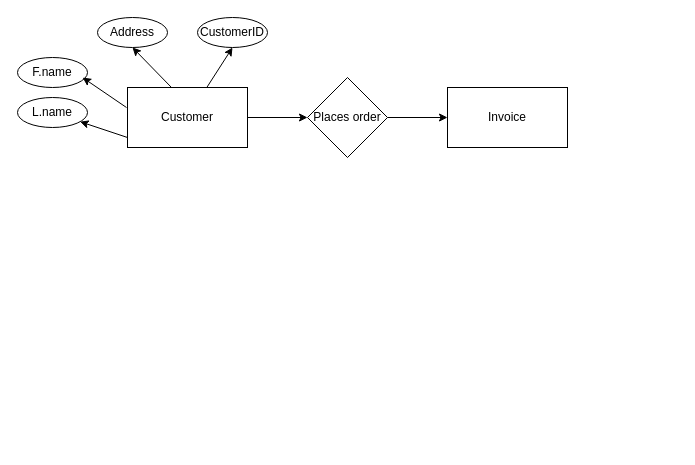
Before: Untitled Diagram.drawio in yeoleshweta/yeoleshweta, a draw.io diagram. Source tidied: cells renumbered, new cells numbered last; positions are measured from the earlier drawing's top-left corner, leaving out a move shared by most shapes. Both pictures are drawn from the tidied source at 100%, with x=0, y=0 at pixel (17, 17).
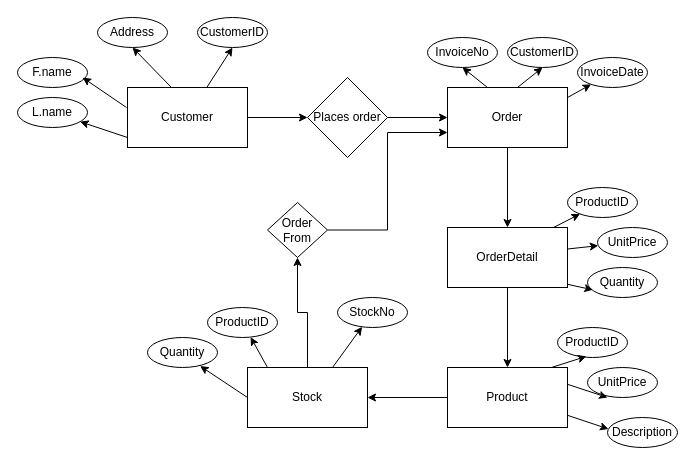
After the change.

The edit, as a diff of the source:
```diff
@@
+    <mxCell id="15" style="edgeStyle=orthogonalEdgeStyle;rounded=0;jettySize=auto;html=1;" parent="1" edge="1" source="4" target="23">
+      <mxGeometry relative="1" as="geometry" />
+    </mxCell>
-    <mxCell id="4" value="Invoice" style="rounded=0;whiteSpace=wrap;html=1;" parent="1" vertex="1">
+    <mxCell id="4" value="Order" style="rounded=0;whiteSpace=wrap;html=1;" parent="1" vertex="1">
       <mxGeometry x="430" y="70" width="120" height="60" as="geometry" />
     </mxCell>
@@
+    <mxCell id="16" value="CustomerID" style="ellipse;whiteSpace=wrap;html=1;" parent="1" vertex="1">
+      <mxGeometry x="490" y="20" width="70" height="30" as="geometry" />
+    </mxCell>
+    <mxCell id="17" value="InvoiceNo" style="ellipse;whiteSpace=wrap;html=1;" parent="1" vertex="1">
+      <mxGeometry x="410" y="20" width="70" height="30" as="geometry" />
+    </mxCell>
+    <mxCell id="18" value="InvoiceDate" style="ellipse;whiteSpace=wrap;html=1;" parent="1" vertex="1">
+      <mxGeometry x="560" y="40" width="70" height="30" as="geometry" />
+    </mxCell>
+    <mxCell id="19" style="endArrow=classic;html=1;rounded=0;entryX=0.5;entryY=1;entryDx=0;entryDy=0;" parent="1" edge="1" target="16">
+      <mxGeometry relative="1" as="geometry">
+        <mxPoint x="500" y="70" as="sourcePoint" />
+      </mxGeometry>
+    </mxCell>
+    <mxCell id="20" style="endArrow=classic;html=1;rounded=0;entryX=0.5;entryY=1;entryDx=0;entryDy=0;" parent="1" edge="1" target="17">
+      <mxGeometry relative="1" as="geometry">
+        <mxPoint x="470" y="70" as="sourcePoint" />
+      </mxGeometry>
+    </mxCell>
+    <mxCell id="21" style="endArrow=classic;html=1;rounded=0;" parent="1" edge="1" target="18">
+      <mxGeometry relative="1" as="geometry">
+        <mxPoint x="550" y="80" as="sourcePoint" />
+      </mxGeometry>
+    </mxCell>
+    <mxCell id="22" style="edgeStyle=orthogonalEdgeStyle;rounded=0;jettySize=auto;html=1;" parent="1" edge="1" source="23" target="31">
+      <mxGeometry relative="1" as="geometry" />
+    </mxCell>
+    <mxCell id="23" value="OrderDetail" style="rounded=0;whiteSpace=wrap;html=1;" parent="1" vertex="1">
+      <mxGeometry x="430" y="210" width="120" height="60" as="geometry" />
+    </mxCell>
+    <mxCell id="24" value="Quantity" style="ellipse;whiteSpace=wrap;html=1;" parent="1" vertex="1">
+      <mxGeometry x="570" y="250" width="70" height="30" as="geometry" />
+    </mxCell>
+    <mxCell id="25" value="ProductID" style="ellipse;whiteSpace=wrap;html=1;" parent="1" vertex="1">
+      <mxGeometry x="550" y="170" width="70" height="30" as="geometry" />
+    </mxCell>
+    <mxCell id="26" value="UnitPrice" style="ellipse;whiteSpace=wrap;html=1;" parent="1" vertex="1">
+      <mxGeometry x="580" y="210" width="70" height="30" as="geometry" />
+    </mxCell>
+    <mxCell id="27" style="endArrow=classic;html=1;rounded=0;" parent="1" edge="1" target="25">
+      <mxGeometry relative="1" as="geometry">
+        <mxPoint x="536" y="210" as="sourcePoint" />
+      </mxGeometry>
+    </mxCell>
+    <mxCell id="28" style="endArrow=classic;html=1;rounded=0;" parent="1" edge="1" target="26">
+      <mxGeometry relative="1" as="geometry">
+        <mxPoint x="550" y="231.5" as="sourcePoint" />
+      </mxGeometry>
+    </mxCell>
+    <mxCell id="29" style="endArrow=classic;html=1;rounded=0;entryX=0.077;entryY=0.744;entryDx=0;entryDy=0;entryPerimeter=0;" parent="1" edge="1" target="24">
+      <mxGeometry relative="1" as="geometry">
+        <mxPoint x="550" y="266.8" as="sourcePoint" />
+      </mxGeometry>
+    </mxCell>
+    <mxCell id="30" style="edgeStyle=orthogonalEdgeStyle;rounded=0;jettySize=auto;html=1;" parent="1" edge="1" source="31" target="39">
+      <mxGeometry relative="1" as="geometry" />
+    </mxCell>
+    <mxCell id="31" value="Product" style="rounded=0;whiteSpace=wrap;html=1;" parent="1" vertex="1">
+      <mxGeometry x="430" y="350" width="120" height="60" as="geometry" />
+    </mxCell>
+    <mxCell id="32" value="Description" style="ellipse;whiteSpace=wrap;html=1;" parent="1" vertex="1">
+      <mxGeometry x="590" y="400" width="70" height="30" as="geometry" />
+    </mxCell>
+    <mxCell id="33" value="ProductID" style="ellipse;whiteSpace=wrap;html=1;" parent="1" vertex="1">
+      <mxGeometry x="540" y="310" width="70" height="30" as="geometry" />
+    </mxCell>
+    <mxCell id="34" value="UnitPrice" style="ellipse;whiteSpace=wrap;html=1;" parent="1" vertex="1">
+      <mxGeometry x="570" y="350" width="70" height="30" as="geometry" />
+    </mxCell>
+    <mxCell id="35" style="endArrow=classic;html=1;rounded=0;entryX=0.412;entryY=0.962;entryDx=0;entryDy=0;entryPerimeter=0;" parent="1" edge="1" target="33">
+      <mxGeometry relative="1" as="geometry">
+        <mxPoint x="534" y="350" as="sourcePoint" />
+      </mxGeometry>
+    </mxCell>
+    <mxCell id="36" style="endArrow=classic;html=1;rounded=0;entryX=0.286;entryY=1;entryDx=0;entryDy=0;entryPerimeter=0;" parent="1" edge="1" target="34">
+      <mxGeometry relative="1" as="geometry">
+        <mxPoint x="550" y="366.8" as="sourcePoint" />
+      </mxGeometry>
+    </mxCell>
+    <mxCell id="37" style="endArrow=classic;html=1;rounded=0;entryX=0.014;entryY=0.383;entryDx=0;entryDy=0;entryPerimeter=0;" parent="1" edge="1" target="32">
+      <mxGeometry relative="1" as="geometry">
+        <mxPoint x="550" y="397.8" as="sourcePoint" />
+      </mxGeometry>
+    </mxCell>
+    <mxCell id="38" style="edgeStyle=orthogonalEdgeStyle;rounded=0;jettySize=auto;html=1;entryX=0.5;entryY=1;entryDx=0;entryDy=0;" parent="1" edge="1" source="39" target="47">
+      <mxGeometry relative="1" as="geometry" />
+    </mxCell>
+    <mxCell id="39" value="Stock" style="rounded=0;whiteSpace=wrap;html=1;" parent="1" vertex="1">
+      <mxGeometry x="230" y="350" width="120" height="60" as="geometry" />
+    </mxCell>
+    <mxCell id="40" value="StockNo" style="ellipse;whiteSpace=wrap;html=1;" parent="1" vertex="1">
+      <mxGeometry x="320" y="280" width="70" height="30" as="geometry" />
+    </mxCell>
+    <mxCell id="41" value="ProductID" style="ellipse;whiteSpace=wrap;html=1;" parent="1" vertex="1">
+      <mxGeometry x="190" y="290" width="70" height="30" as="geometry" />
+    </mxCell>
+    <mxCell id="42" value="Quantity" style="ellipse;whiteSpace=wrap;html=1;" parent="1" vertex="1">
+      <mxGeometry x="130" y="320" width="70" height="30" as="geometry" />
+    </mxCell>
+    <mxCell id="43" style="endArrow=classic;html=1;rounded=0;" parent="1" edge="1" target="40">
+      <mxGeometry relative="1" as="geometry">
+        <mxPoint x="315" y="350" as="sourcePoint" />
+      </mxGeometry>
+    </mxCell>
+    <mxCell id="44" style="endArrow=classic;html=1;rounded=0;" parent="1" edge="1" target="41">
+      <mxGeometry relative="1" as="geometry">
+        <mxPoint x="250" y="350" as="sourcePoint" />
+      </mxGeometry>
+    </mxCell>
+    <mxCell id="45" style="endArrow=classic;html=1;rounded=0;entryX=0.752;entryY=0.951;entryDx=0;entryDy=0;entryPerimeter=0;" parent="1" edge="1" target="42">
+      <mxGeometry relative="1" as="geometry">
+        <mxPoint x="230" y="380" as="sourcePoint" />
+      </mxGeometry>
+    </mxCell>
+    <mxCell id="46" style="edgeStyle=orthogonalEdgeStyle;rounded=0;jettySize=auto;html=1;exitX=1;exitY=0.5;exitDx=0;exitDy=0;entryX=0;entryY=0.75;entryDx=0;entryDy=0;" parent="1" edge="1" source="47" target="4">
+      <mxGeometry relative="1" as="geometry" />
+    </mxCell>
+    <mxCell id="47" value="Order From" style="rhombus;whiteSpace=wrap;html=1;" parent="1" vertex="1">
+      <mxGeometry x="250" y="185" width="60" height="55" as="geometry" />
+    </mxCell>
```
